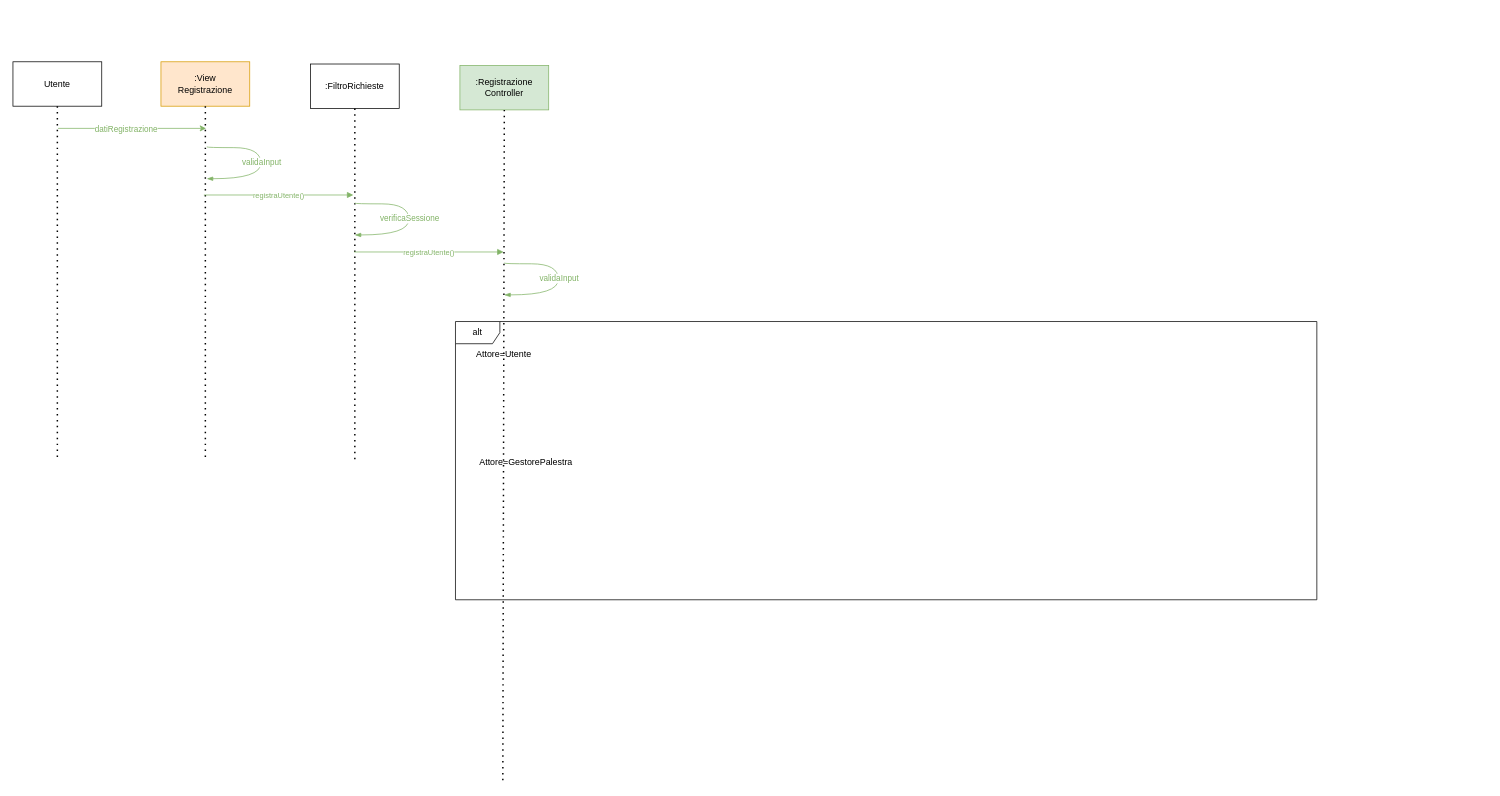
Above: Diagrammi_Sequenza/Registrazione.drawio in JosephBoom02/Progetto_Ingegneria_del_Software (draw.io), before the change. Source tidied: cells renumbered, new cells numbered last; positions are measured from the earlier drawing's top-left corner, leaving out a move shared by most shapes. Both pictures are drawn from the tidied source at 74%, with x=0, y=0 at pixel (13, 61).
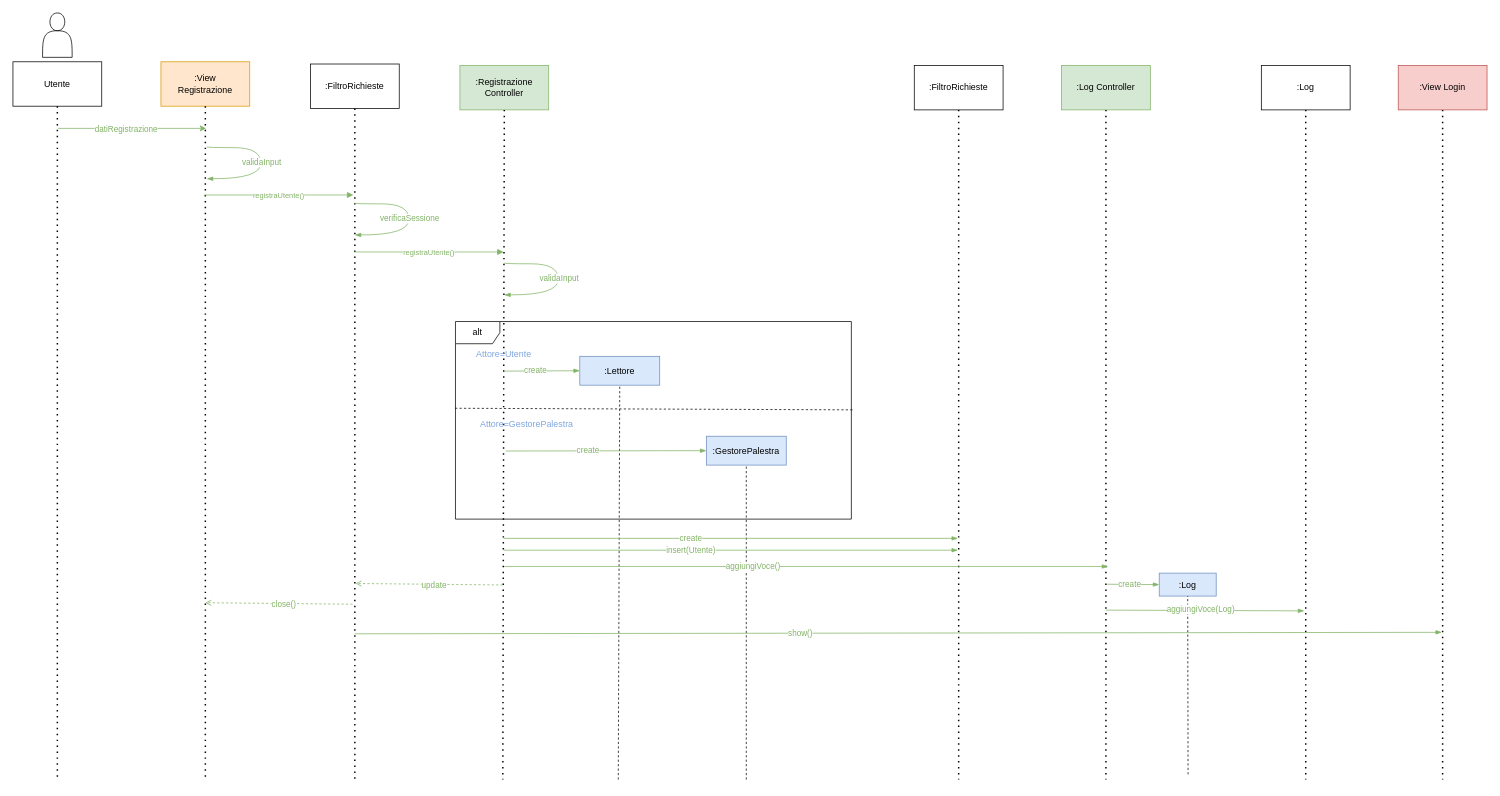
Above is the later version.

The change refers to these unchanged cells:
```xml
<mxCell id="2" value="&lt;div&gt;:View&lt;/div&gt;&lt;div&gt;Registrazione&lt;br&gt;&lt;/div&gt;" style="rounded=0;whiteSpace=wrap;html=1;fillColor=#ffe6cc;strokeColor=#d79b00;" parent="1" vertex="1">
  <mxGeometry x="200" width="120" height="60" as="geometry" />
</mxCell>
<mxCell id="3" value="&lt;div&gt;:Registrazione&lt;/div&gt;&lt;div&gt;Controller&lt;br&gt;&lt;/div&gt;" style="rounded=0;whiteSpace=wrap;html=1;fillColor=#d5e8d4;strokeColor=#82b366;" parent="1" vertex="1">
  <mxGeometry x="604" y="5" width="120" height="60" as="geometry" />
</mxCell>
<mxCell id="13" value="Utente" style="rounded=0;whiteSpace=wrap;html=1;" parent="1" vertex="1">
  <mxGeometry width="120" height="60" as="geometry" />
</mxCell>
<mxCell id="17" value=":FiltroRichieste" style="rounded=0;whiteSpace=wrap;html=1;" parent="1" vertex="1">
  <mxGeometry x="402" y="3" width="120" height="60" as="geometry" />
</mxCell>
```

Change to the diagram source:
```diff
@@
     <mxCell id="4" style="endArrow=none;dashed=1;html=1;dashPattern=1 3;strokeWidth=2;rounded=0;exitX=0.5;exitY=1;exitDx=0;exitDy=0;" parent="1" edge="1" source="2">
       <mxGeometry relative="1" as="geometry">
-        <mxPoint x="260" y="538" as="targetPoint" />
+        <mxPoint x="260" y="970" as="targetPoint" />
       </mxGeometry>
     </mxCell>
     <mxCell id="5" style="endArrow=none;dashed=1;html=1;dashPattern=1 3;strokeWidth=2;rounded=0;exitX=0.5;exitY=1;exitDx=0;exitDy=0;" parent="1" edge="1" source="3">
       <mxGeometry relative="1" as="geometry">
-        <mxPoint x="662" y="972" as="targetPoint" />
+        <mxPoint x="662" y="970" as="targetPoint" />
       </mxGeometry>
     </mxCell>
@@
     <mxCell id="8" value="alt" style="shape=umlFrame;whiteSpace=wrap;html=1;" parent="1" vertex="1">
-      <mxGeometry x="598" y="351" width="1164" height="376" as="geometry" />
+      <mxGeometry x="598" y="351" width="535" height="267" as="geometry" />
     </mxCell>
-    <mxCell id="9" value="Attore=Utente" style="text;html=1;align=center;verticalAlign=middle;strokeColor=none;fillColor=none;" parent="1" vertex="1">
-      <mxGeometry x="607" y="381.5" width="112" height="29" as="geometry" />
+    <mxCell id="9" value="&lt;font color=&quot;#7ea6e0&quot;&gt;Attore=Utente&lt;/font&gt;" style="text;html=1;align=center;verticalAlign=middle;strokeColor=none;fillColor=none;" parent="1" vertex="1">
+      <mxGeometry x="611" y="381.5" width="104" height="29" as="geometry" />
     </mxCell>
-    <mxCell id="10" value="Attore=GestorePalestra" style="text;html=1;align=center;verticalAlign=middle;strokeColor=none;fillColor=none;" parent="1" vertex="1">
-      <mxGeometry x="607" y="526" width="172" height="29" as="geometry" />
+    <mxCell id="10" value="&lt;font color=&quot;#7ea6e0&quot;&gt;Attore=GestorePalestra&lt;/font&gt;" style="text;html=1;align=center;verticalAlign=middle;strokeColor=none;fillColor=none;" parent="1" vertex="1">
+      <mxGeometry x="612" y="475" width="163" height="29" as="geometry" />
     </mxCell>
@@
     <mxCell id="14" style="endArrow=none;dashed=1;html=1;dashPattern=1 3;strokeWidth=2;rounded=0;exitX=0.5;exitY=1;exitDx=0;exitDy=0;" parent="1" edge="1" source="13">
       <mxGeometry relative="1" as="geometry">
-        <mxPoint x="60" y="538" as="targetPoint" />
+        <mxPoint x="60" y="970" as="targetPoint" />
       </mxGeometry>
     </mxCell>
@@
     <mxCell id="18" style="endArrow=none;dashed=1;html=1;dashPattern=1 3;strokeWidth=2;rounded=0;exitX=0.5;exitY=1;exitDx=0;exitDy=0;" parent="1" edge="1" source="17">
       <mxGeometry relative="1" as="geometry">
-        <mxPoint x="462" y="541" as="targetPoint" />
+        <mxPoint x="462" y="970" as="targetPoint" />
       </mxGeometry>
     </mxCell>
@@
+    <mxCell id="25" style="endArrow=none;dashed=1;html=1;rounded=0;exitX=-0.001;exitY=0.439;exitDx=0;exitDy=0;exitPerimeter=0;entryX=1.003;entryY=0.447;entryDx=0;entryDy=0;entryPerimeter=0;" parent="1" edge="1" source="8" target="8">
+      <mxGeometry relative="1" as="geometry" />
+    </mxCell>
+    <mxCell id="26" style="endArrow=blockThin;html=1;rounded=0;endFill=1;fillColor=#d5e8d4;strokeColor=#82b366;entryX=0;entryY=0.5;entryDx=0;entryDy=0;" parent="1" edge="1" target="28">
+      <mxGeometry relative="1" as="geometry">
+        <mxPoint x="665" y="418" as="sourcePoint" />
+      </mxGeometry>
+    </mxCell>
+    <mxCell id="27" value="&lt;font color=&quot;#82b366&quot;&gt;create&lt;/font&gt;" style="edgeLabel;html=1;align=center;verticalAlign=middle;" parent="26" vertex="1">
+      <mxGeometry x="-0.18" y="1" relative="1" as="geometry" />
+    </mxCell>
+    <mxCell id="28" value=":Lettore" style="rounded=0;whiteSpace=wrap;html=1;fillColor=#dae8fc;strokeColor=#6c8ebf;" parent="1" vertex="1">
+      <mxGeometry x="766" y="398" width="108" height="39" as="geometry" />
+    </mxCell>
+    <mxCell id="29" style="endArrow=none;dashed=1;html=1;rounded=0;entryX=0.5;entryY=1;entryDx=0;entryDy=0;" parent="1" edge="1" target="28">
+      <mxGeometry relative="1" as="geometry">
+        <mxPoint x="818" y="970" as="sourcePoint" />
+      </mxGeometry>
+    </mxCell>
+    <mxCell id="30" style="endArrow=blockThin;html=1;rounded=0;endFill=1;fillColor=#d5e8d4;strokeColor=#82b366;entryX=0;entryY=0.5;entryDx=0;entryDy=0;" parent="1" edge="1" target="32">
+      <mxGeometry relative="1" as="geometry">
+        <mxPoint x="666" y="526" as="sourcePoint" />
+      </mxGeometry>
+    </mxCell>
+    <mxCell id="31" value="&lt;font color=&quot;#82b366&quot;&gt;create&lt;/font&gt;" style="edgeLabel;html=1;align=center;verticalAlign=middle;" parent="30" vertex="1">
+      <mxGeometry x="-0.18" y="1" relative="1" as="geometry" />
+    </mxCell>
+    <mxCell id="32" value=":GestorePalestra" style="rounded=0;whiteSpace=wrap;html=1;fillColor=#dae8fc;strokeColor=#6c8ebf;" parent="1" vertex="1">
+      <mxGeometry x="937" y="506" width="108" height="39" as="geometry" />
+    </mxCell>
+    <mxCell id="33" style="endArrow=none;dashed=1;html=1;rounded=0;entryX=0.5;entryY=1;entryDx=0;entryDy=0;" parent="1" edge="1" target="32">
+      <mxGeometry relative="1" as="geometry">
+        <mxPoint x="991" y="970" as="sourcePoint" />
+      </mxGeometry>
+    </mxCell>
+    <mxCell id="34" style="endArrow=none;dashed=1;html=1;dashPattern=1 3;strokeWidth=2;rounded=0;exitX=0.5;exitY=1;exitDx=0;exitDy=0;" parent="1" edge="1" source="35">
+      <mxGeometry relative="1" as="geometry">
+        <mxPoint x="1278" y="970" as="targetPoint" />
+      </mxGeometry>
+    </mxCell>
+    <mxCell id="35" value=":FiltroRichieste" style="rounded=0;whiteSpace=wrap;html=1;" parent="1" vertex="1">
+      <mxGeometry x="1218" y="5" width="120" height="60" as="geometry" />
+    </mxCell>
+    <mxCell id="36" value=":Log Controller" style="rounded=0;whiteSpace=wrap;html=1;fillColor=#d5e8d4;strokeColor=#82b366;" parent="1" vertex="1">
+      <mxGeometry x="1417" y="5" width="120" height="60" as="geometry" />
+    </mxCell>
+    <mxCell id="37" style="endArrow=none;dashed=1;html=1;dashPattern=1 3;strokeWidth=2;rounded=0;exitX=0.5;exitY=1;exitDx=0;exitDy=0;fillColor=#d5e8d4;strokeColor=#000000;" parent="1" edge="1" source="36">
+      <mxGeometry relative="1" as="geometry">
+        <mxPoint x="1477" y="970" as="targetPoint" />
+      </mxGeometry>
+    </mxCell>
+    <mxCell id="38" style="endArrow=blockThin;html=1;rounded=0;endFill=1;fillColor=#d5e8d4;strokeColor=#82b366;" parent="1" edge="1">
+      <mxGeometry relative="1" as="geometry">
+        <mxPoint x="663" y="644" as="sourcePoint" />
+        <mxPoint x="1277" y="644" as="targetPoint" />
+      </mxGeometry>
+    </mxCell>
+    <mxCell id="39" value="&lt;font color=&quot;#82b366&quot;&gt;create&lt;/font&gt;" style="edgeLabel;html=1;align=center;verticalAlign=middle;" parent="38" vertex="1">
+      <mxGeometry x="-0.18" y="1" relative="1" as="geometry" />
+    </mxCell>
+    <mxCell id="40" style="endArrow=blockThin;html=1;rounded=0;endFill=1;fillColor=#d5e8d4;strokeColor=#82b366;" parent="1" edge="1">
+      <mxGeometry relative="1" as="geometry">
+        <mxPoint x="663" y="660" as="sourcePoint" />
+        <mxPoint x="1277" y="660" as="targetPoint" />
+      </mxGeometry>
+    </mxCell>
+    <mxCell id="41" value="&lt;font color=&quot;#82b366&quot;&gt;insert(Utente)&lt;/font&gt;" style="edgeLabel;html=1;align=center;verticalAlign=middle;" parent="40" vertex="1">
+      <mxGeometry x="-0.18" y="1" relative="1" as="geometry" />
+    </mxCell>
+    <mxCell id="42" style="endArrow=blockThin;html=1;rounded=0;endFill=1;fillColor=#d5e8d4;strokeColor=#82b366;" parent="1" edge="1">
+      <mxGeometry relative="1" as="geometry">
+        <mxPoint x="664" y="682" as="sourcePoint" />
+        <mxPoint x="1480" y="682" as="targetPoint" />
+      </mxGeometry>
+    </mxCell>
+    <mxCell id="43" value="&lt;font color=&quot;#82b366&quot;&gt;aggiungiVoce()&lt;/font&gt;" style="edgeLabel;html=1;align=center;verticalAlign=middle;" parent="42" vertex="1">
+      <mxGeometry x="-0.18" y="1" relative="1" as="geometry" />
+    </mxCell>
+    <mxCell id="44" value=":Log" style="rounded=0;whiteSpace=wrap;html=1;" parent="1" vertex="1">
+      <mxGeometry x="1687" y="5" width="120" height="60" as="geometry" />
+    </mxCell>
+    <mxCell id="45" style="endArrow=none;dashed=1;html=1;dashPattern=1 3;strokeWidth=2;rounded=0;exitX=0.5;exitY=1;exitDx=0;exitDy=0;" parent="1" edge="1" source="44">
+      <mxGeometry relative="1" as="geometry">
+        <mxPoint x="1747" y="970" as="targetPoint" />
+      </mxGeometry>
+    </mxCell>
+    <mxCell id="46" style="endArrow=blockThin;html=1;rounded=0;fillColor=#d5e8d4;strokeColor=#82b366;endFill=1;entryX=0;entryY=0.5;entryDx=0;entryDy=0;" parent="1" edge="1" target="48">
+      <mxGeometry relative="1" as="geometry">
+        <mxPoint x="1479" y="706" as="sourcePoint" />
+      </mxGeometry>
+    </mxCell>
+    <mxCell id="47" value="&lt;font color=&quot;#82b366&quot;&gt;create&lt;/font&gt;" style="edgeLabel;html=1;align=center;verticalAlign=middle;" parent="46" vertex="1">
+      <mxGeometry x="-0.18" y="1" relative="1" as="geometry" />
+    </mxCell>
+    <mxCell id="48" value=":Log" style="rounded=0;whiteSpace=wrap;html=1;fillColor=#dae8fc;strokeColor=#6c8ebf;" parent="1" vertex="1">
+      <mxGeometry x="1549" y="691" width="77" height="31" as="geometry" />
+    </mxCell>
+    <mxCell id="49" style="endArrow=none;dashed=1;html=1;rounded=0;entryX=0.5;entryY=1;entryDx=0;entryDy=0;" parent="1" edge="1" target="48">
+      <mxGeometry relative="1" as="geometry">
+        <mxPoint x="1588" y="963" as="sourcePoint" />
+      </mxGeometry>
+    </mxCell>
+    <mxCell id="50" style="endArrow=blockThin;html=1;rounded=0;fillColor=#d5e8d4;strokeColor=#82b366;endFill=1;" parent="1" edge="1">
+      <mxGeometry relative="1" as="geometry">
+        <mxPoint x="1477" y="741" as="sourcePoint" />
+        <mxPoint x="1745" y="742" as="targetPoint" />
+      </mxGeometry>
+    </mxCell>
+    <mxCell id="51" value="&lt;font color=&quot;#82b366&quot;&gt;aggiungiVoce(Log)&lt;/font&gt;" style="edgeLabel;html=1;align=center;verticalAlign=middle;" parent="50" vertex="1">
+      <mxGeometry x="-0.18" y="1" relative="1" as="geometry">
+        <mxPoint x="17" y="-1" as="offset" />
+      </mxGeometry>
+    </mxCell>
+    <mxCell id="52" value=":View Login" style="rounded=0;whiteSpace=wrap;html=1;fillColor=#f8cecc;strokeColor=#b85450;" parent="1" vertex="1">
+      <mxGeometry x="1872" y="5" width="120" height="60" as="geometry" />
+    </mxCell>
+    <mxCell id="53" style="endArrow=none;dashed=1;html=1;dashPattern=1 3;strokeWidth=2;rounded=0;exitX=0.5;exitY=1;exitDx=0;exitDy=0;" parent="1" edge="1" source="52">
+      <mxGeometry relative="1" as="geometry">
+        <mxPoint x="1932" y="970" as="targetPoint" />
+      </mxGeometry>
+    </mxCell>
+    <mxCell id="54" style="endArrow=blockThin;html=1;rounded=0;endFill=1;fillColor=#d5e8d4;strokeColor=#82b366;" parent="1" edge="1">
+      <mxGeometry relative="1" as="geometry">
+        <mxPoint x="462" y="773" as="sourcePoint" />
+        <mxPoint x="1931" y="771" as="targetPoint" />
+      </mxGeometry>
+    </mxCell>
+    <mxCell id="55" value="&lt;font color=&quot;#82b366&quot;&gt;show()&lt;/font&gt;" style="edgeLabel;html=1;align=center;verticalAlign=middle;" parent="54" vertex="1">
+      <mxGeometry x="-0.18" y="1" relative="1" as="geometry" />
+    </mxCell>
+    <mxCell id="56" style="endArrow=open;html=1;rounded=0;endFill=0;fillColor=#d5e8d4;strokeColor=#82b366;dashed=1;" parent="1" edge="1">
+      <mxGeometry relative="1" as="geometry">
+        <mxPoint x="662" y="707" as="sourcePoint" />
+        <mxPoint x="463" y="705" as="targetPoint" />
+      </mxGeometry>
+    </mxCell>
+    <mxCell id="57" value="&lt;font color=&quot;#82b366&quot;&gt;update&lt;/font&gt;" style="edgeLabel;html=1;align=center;verticalAlign=middle;" parent="56" vertex="1">
+      <mxGeometry x="-0.06" relative="1" as="geometry" />
+    </mxCell>
+    <mxCell id="58" style="endArrow=open;html=1;rounded=0;endFill=0;fillColor=#d5e8d4;strokeColor=#82b366;dashed=1;" parent="1" edge="1">
+      <mxGeometry relative="1" as="geometry">
+        <mxPoint x="459" y="733" as="sourcePoint" />
+        <mxPoint x="260" y="731" as="targetPoint" />
+      </mxGeometry>
+    </mxCell>
+    <mxCell id="59" value="&lt;font color=&quot;#82b366&quot;&gt;close()&lt;/font&gt;" style="edgeLabel;html=1;align=center;verticalAlign=middle;" parent="58" vertex="1">
+      <mxGeometry x="-0.06" relative="1" as="geometry" />
+    </mxCell>
+    <mxCell id="60" style="shape=actor;whiteSpace=wrap;html=1;" parent="1" vertex="1">
+      <mxGeometry x="40" y="-66" width="40" height="60" as="geometry" />
+    </mxCell>
```
